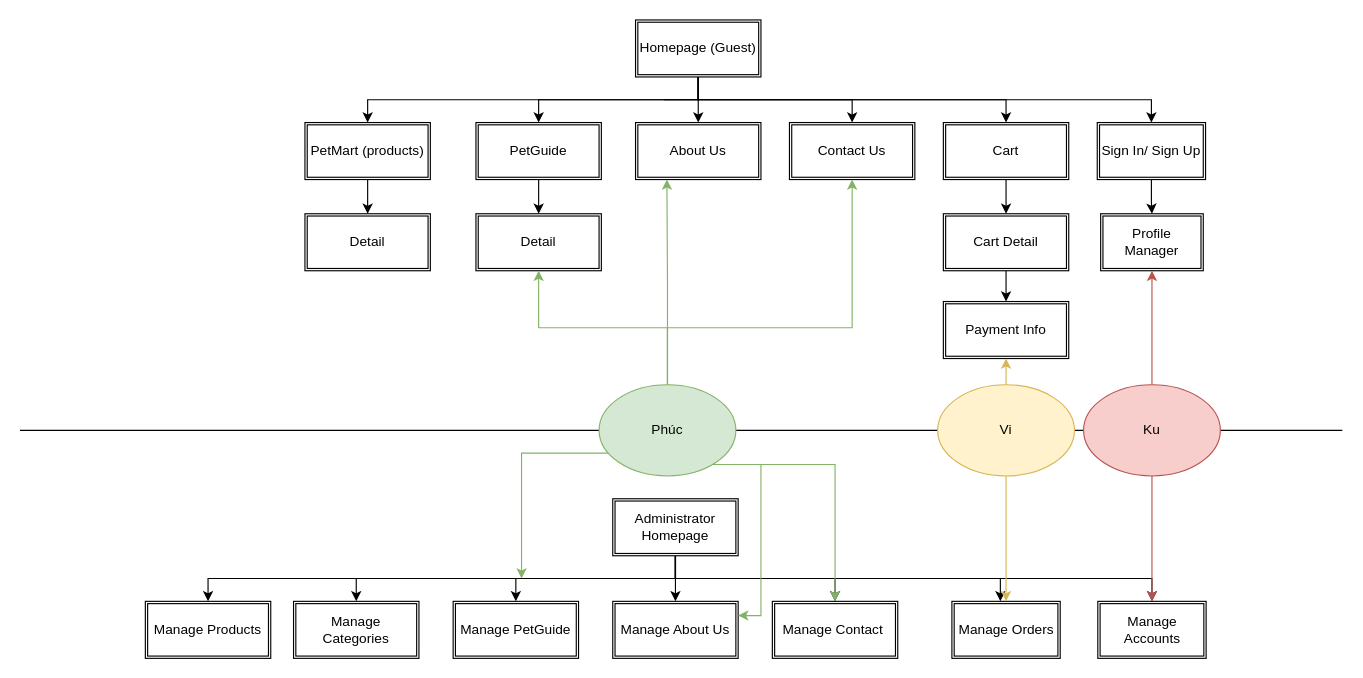
Above: page "Site Map" (1 of 3) of PetCare-design-Phuong-PC.drawio in duyphuong403/PetCare (draw.io), before the change. Source tidied: cells renumbered, new cells numbered last; positions are measured from the earlier drawing's top-left corner, leaving out a move shared by most shapes. Both pictures are drawn from the tidied source at 114%, with x=0, y=0 at pixel (19, 19).
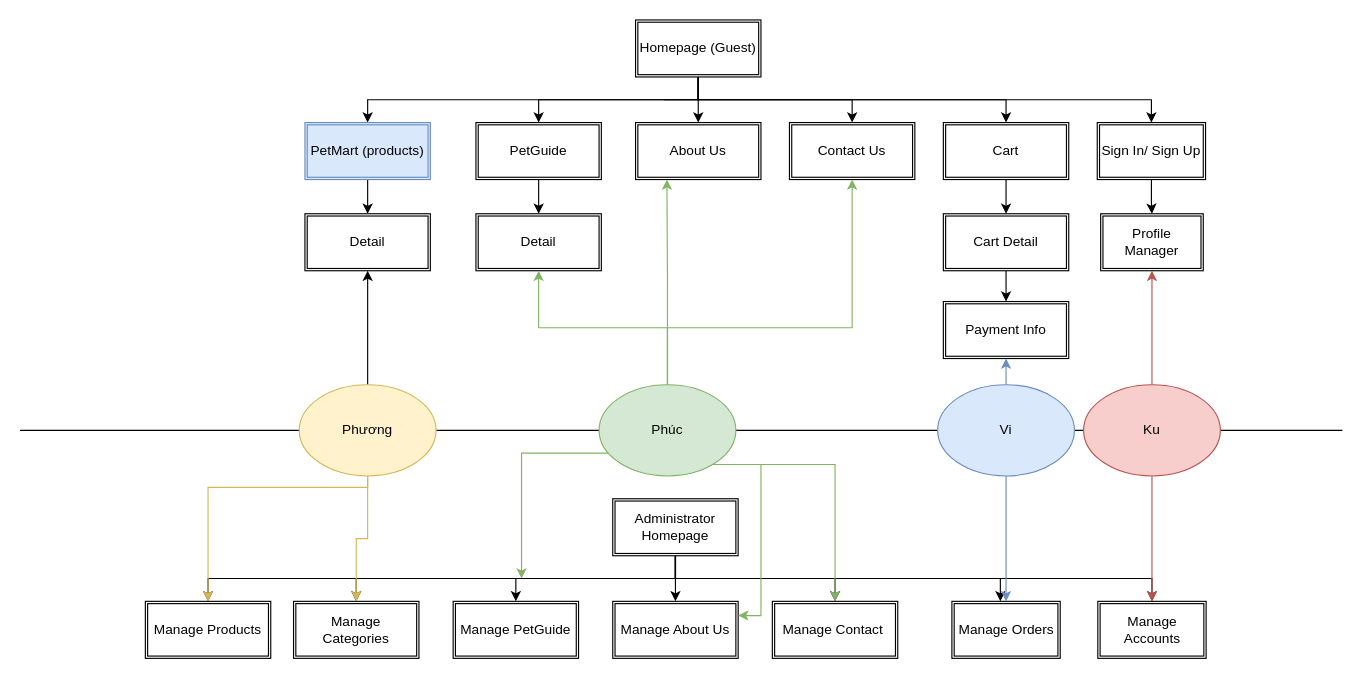
The same page after the edit.

Unchanged cells that the change refers to:
```xml
<mxCell id="22" value="Detail" style="shape=ext;double=1;rounded=0;whiteSpace=wrap;html=1;" parent="1" vertex="1">
  <mxGeometry x="250" y="170" width="110" height="50" as="geometry" />
</mxCell>
<mxCell id="23" value="Payment Info" style="shape=ext;double=1;rounded=0;whiteSpace=wrap;html=1;" parent="1" vertex="1">
  <mxGeometry x="810" y="247" width="110" height="50" as="geometry" />
</mxCell>
<mxCell id="37" value="Manage Categories" style="shape=ext;double=1;rounded=0;whiteSpace=wrap;html=1;" parent="1" vertex="1">
  <mxGeometry x="240" y="510" width="110" height="50" as="geometry" />
</mxCell>
<mxCell id="38" value="Manage Orders" style="shape=ext;double=1;rounded=0;whiteSpace=wrap;html=1;" parent="1" vertex="1">
  <mxGeometry x="817.5" y="510" width="95" height="50" as="geometry" />
</mxCell>
<mxCell id="47" value="&lt;span style=&quot;white-space: normal&quot;&gt;Manage Products&lt;/span&gt;" style="shape=ext;double=1;rounded=0;whiteSpace=wrap;html=1;" parent="1" vertex="1">
  <mxGeometry x="110" y="510" width="110" height="50" as="geometry" />
</mxCell>
```

Diff of the diagram source:
```diff
@@
-    <mxCell id="13" value="PetMart (products)" style="shape=ext;double=1;rounded=0;whiteSpace=wrap;html=1;" parent="1" vertex="1">
+    <mxCell id="13" value="PetMart (products)" style="shape=ext;double=1;rounded=0;whiteSpace=wrap;html=1;fillColor=#dae8fc;strokeColor=#6c8ebf;" parent="1" vertex="1">
       <mxGeometry x="250" y="90" width="110" height="50" as="geometry" />
     </mxCell>
@@
-    <mxCell id="41" style="edgeStyle=orthogonalEdgeStyle;rounded=0;jettySize=auto;html=1;entryX=0.5;entryY=1;entryDx=0;entryDy=0;fillColor=#fff2cc;strokeColor=#d6b656;" parent="1" edge="1" source="43" target="23">
+    <mxCell id="41" style="edgeStyle=orthogonalEdgeStyle;rounded=0;jettySize=auto;html=1;entryX=0.5;entryY=1;entryDx=0;entryDy=0;fillColor=#dae8fc;strokeColor=#6c8ebf;" parent="1" edge="1" source="43" target="23">
       <mxGeometry relative="1" as="geometry" />
     </mxCell>
-    <mxCell id="42" style="edgeStyle=orthogonalEdgeStyle;rounded=0;jettySize=auto;html=1;entryX=0.5;entryY=0;entryDx=0;entryDy=0;fillColor=#fff2cc;strokeColor=#d6b656;" parent="1" edge="1" source="43" target="38">
+    <mxCell id="42" style="edgeStyle=orthogonalEdgeStyle;rounded=0;jettySize=auto;html=1;entryX=0.5;entryY=0;entryDx=0;entryDy=0;fillColor=#dae8fc;strokeColor=#6c8ebf;" parent="1" edge="1" source="43" target="38">
       <mxGeometry relative="1" as="geometry" />
     </mxCell>
-    <mxCell id="43" value="Vi" style="ellipse;whiteSpace=wrap;html=1;fillColor=#fff2cc;strokeColor=#d6b656;" parent="1" vertex="1">
+    <mxCell id="43" value="Vi" style="ellipse;whiteSpace=wrap;html=1;fillColor=#dae8fc;strokeColor=#6c8ebf;" parent="1" vertex="1">
       <mxGeometry x="805" y="320" width="120" height="80" as="geometry" />
     </mxCell>
@@
+    <mxCell id="55" style="edgeStyle=orthogonalEdgeStyle;rounded=0;jettySize=auto;html=1;entryX=0.5;entryY=1;entryDx=0;entryDy=0;" parent="1" edge="1" source="58" target="22">
+      <mxGeometry relative="1" as="geometry" />
+    </mxCell>
+    <mxCell id="56" style="edgeStyle=orthogonalEdgeStyle;rounded=0;jettySize=auto;html=1;fillColor=#fff2cc;strokeColor=#d6b656;" parent="1" edge="1" source="58" target="37">
+      <mxGeometry relative="1" as="geometry" />
+    </mxCell>
+    <mxCell id="57" style="edgeStyle=orthogonalEdgeStyle;rounded=0;jettySize=auto;html=1;fillColor=#fff2cc;strokeColor=#d6b656;" parent="1" edge="1" source="58" target="47">
+      <mxGeometry relative="1" as="geometry">
+        <Array as="points">
+          <mxPoint x="305" y="410" />
+          <mxPoint x="165" y="410" />
+        </Array>
+      </mxGeometry>
+    </mxCell>
+    <mxCell id="58" value="Phương" style="ellipse;whiteSpace=wrap;html=1;fillColor=#fff2cc;strokeColor=#d6b656;" parent="1" vertex="1">
+      <mxGeometry x="245" y="320" width="120" height="80" as="geometry" />
+    </mxCell>
```
